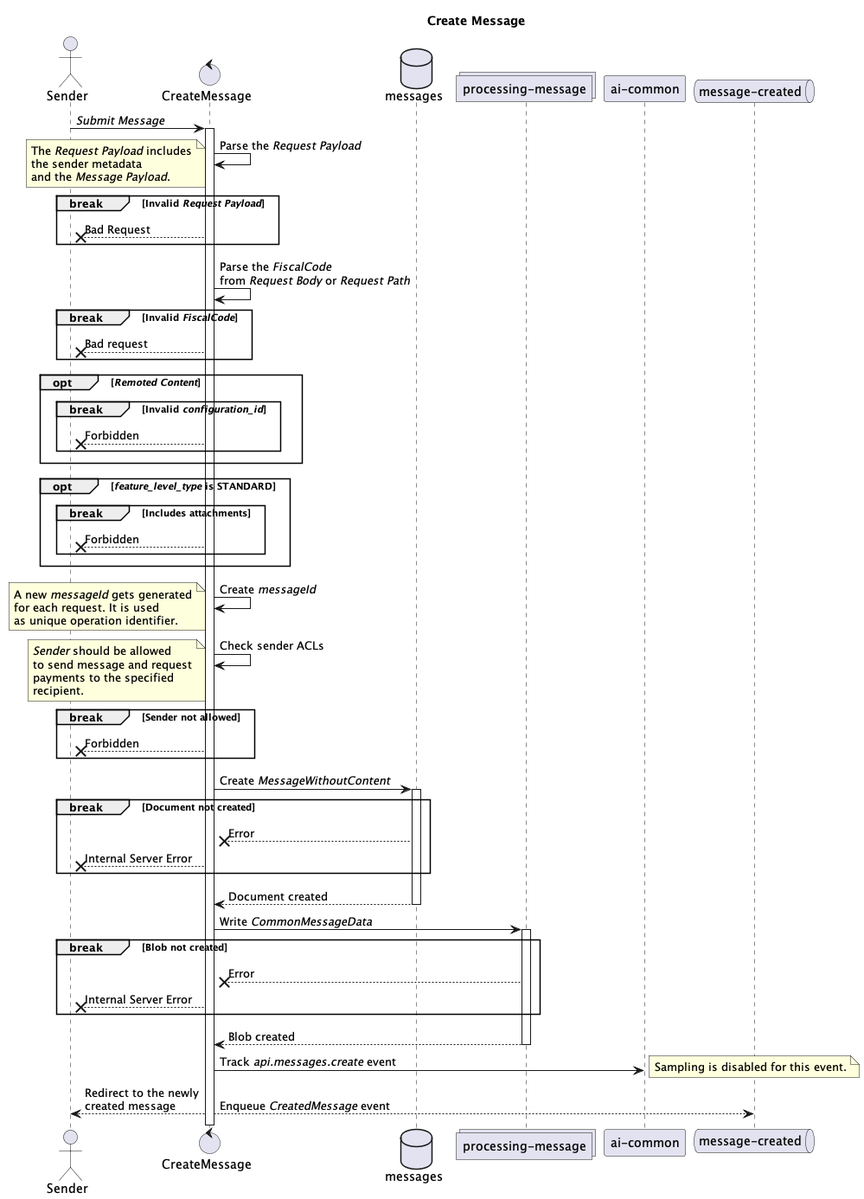
This is docs/CreateMessage/create-message.png from pagopa/io-messages, a PlantUML export, as it was before one commit.
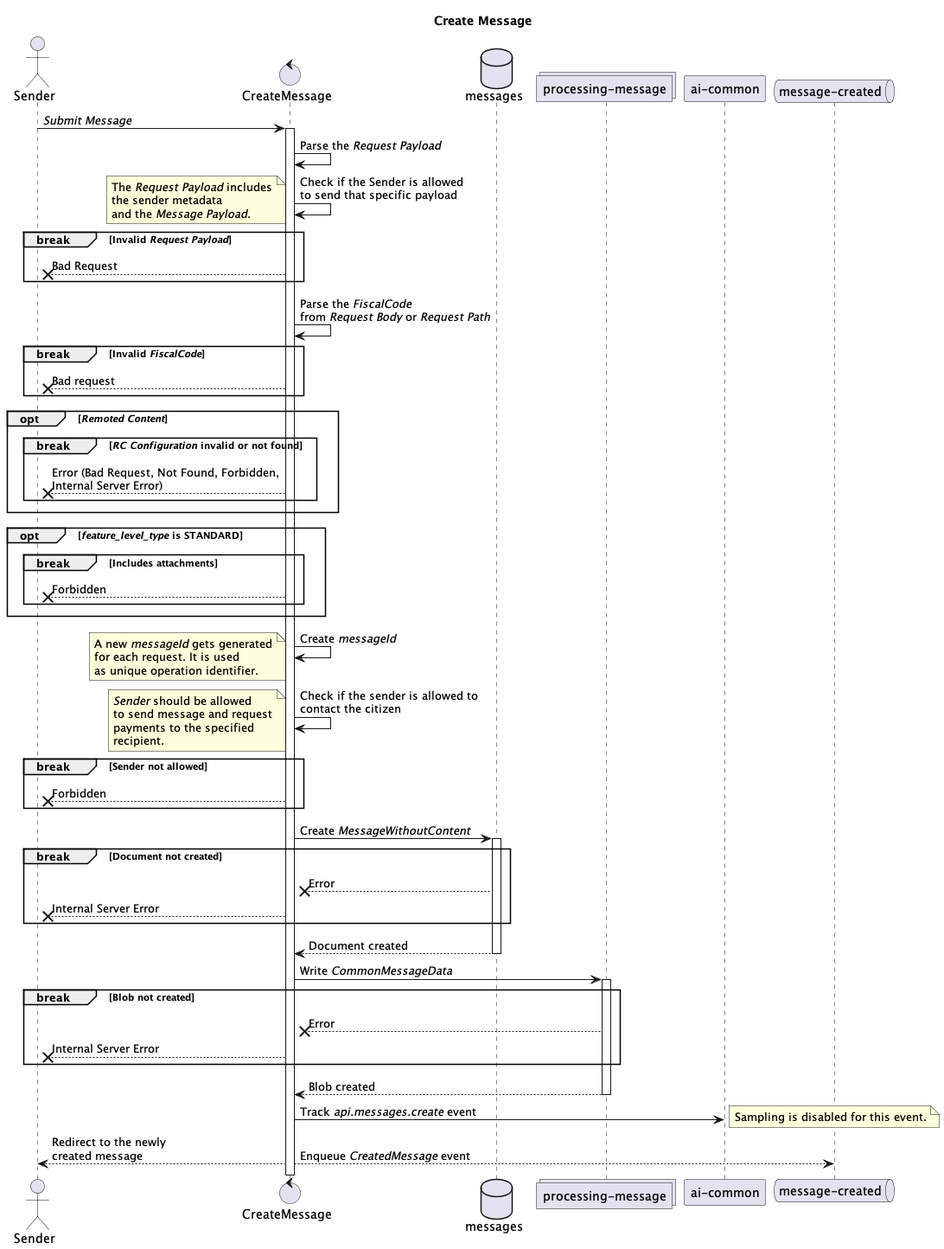
The same file after the commit.

What changed in the source:
```diff
@@ -1,4 +1,4 @@
-@startuml create-message-activate
+@startuml create-message
 !pragma teoz true
 
 title Create Message
@@ -13,6 +13,8 @@
 sender -> fn ++: //Submit Message//
 
 fn -> fn: Parse the //Request Payload//
+
+fn -> fn: Check if the Sender is allowed\nto send that specific payload
 
 note left
 The //Request Payload// includes
@@ -31,8 +33,8 @@
 end
 
 opt //Remoted Content//
-  break Invalid //configuration_id//
-    fn --x sender: Forbidden
+  break //RC Configuration// invalid or not found
+    fn --x sender: Error (Bad Request, Not Found, Forbidden,\nInternal Server Error)
   end
 end
 
@@ -50,7 +52,7 @@
 as unique operation identifier.
 end note
 
-fn -> fn: Check sender ACLs
+fn -> fn: Check if the sender is allowed to\ncontact the citizen
 
 note left
 //Sender// should be allowed
```
